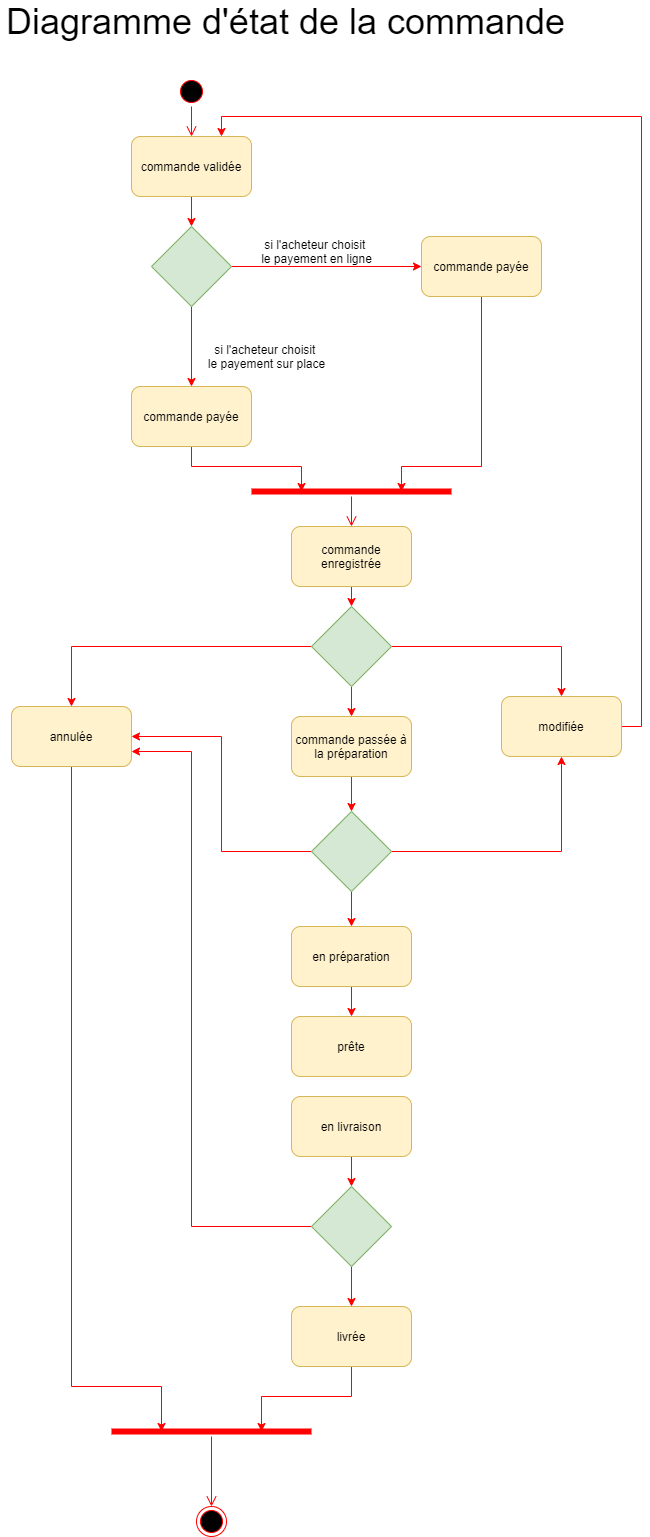
HBaraa/P4_OC-pizza keeps this draw.io diagram as Spécifications fonctionnelles/Diagrammes/diagramme d'état de la commande.png. Above is the earlier version. Source tidied: cells renumbered, new cells last; positions are measured from the earlier drawing's top-left corner, leaving out a move shared by most shapes.
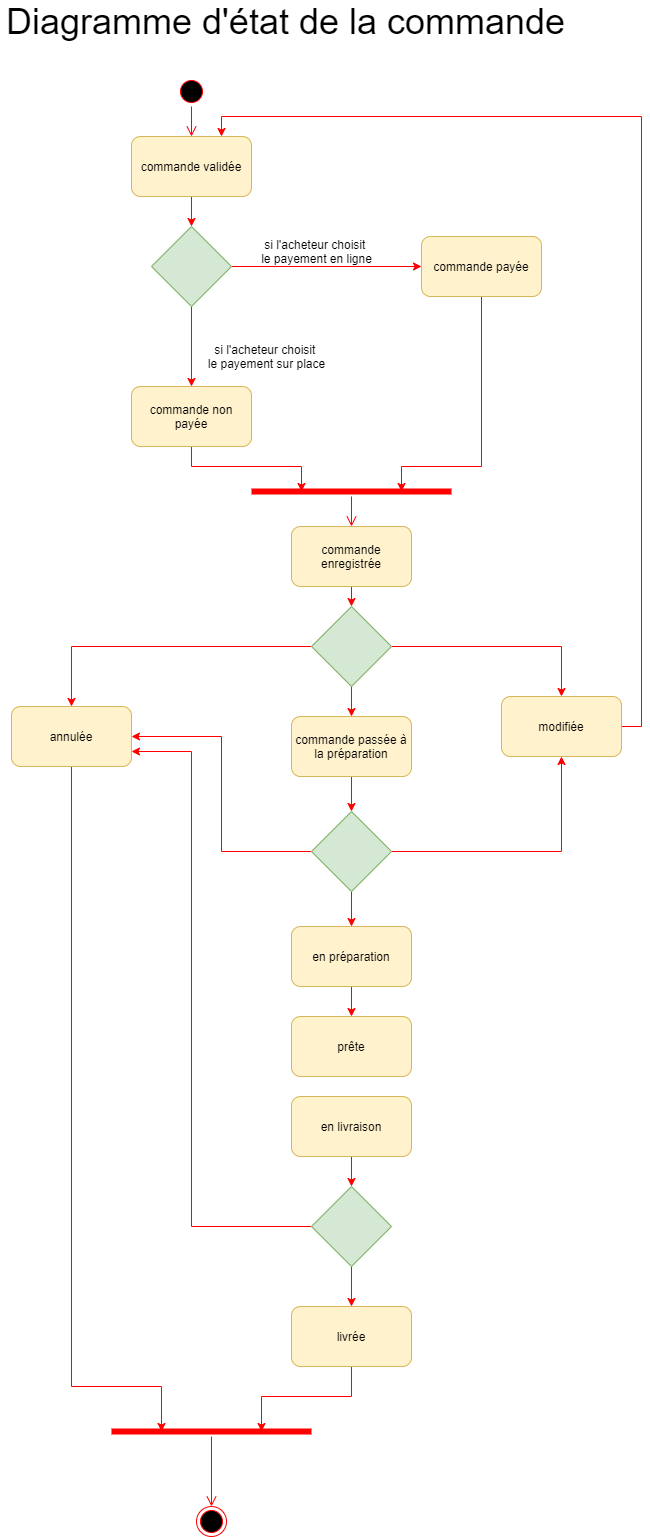
The same file after the commit.

What changed in the source:
```diff
@@ -34,7 +34,7 @@
     <mxCell id="8" style="edgeStyle=orthogonalEdgeStyle;rounded=0;jettySize=auto;html=1;exitX=0.5;exitY=1;exitDx=0;exitDy=0;entryX=0.25;entryY=0.5;entryDx=0;entryDy=0;entryPerimeter=0;strokeColor=#FF0000;" parent="1" edge="1" source="9" target="15">
       <mxGeometry relative="1" as="geometry" />
     </mxCell>
-    <mxCell id="9" value="commande payée" style="rounded=1;whiteSpace=wrap;html=1;fillColor=#fff2cc;strokeColor=#d6b656;" parent="1" vertex="1">
+    <mxCell id="9" value="commande non payée" style="rounded=1;whiteSpace=wrap;html=1;fillColor=#fff2cc;strokeColor=#d6b656;" parent="1" vertex="1">
       <mxGeometry x="131" y="380" width="120" height="60" as="geometry" />
     </mxCell>
     <mxCell id="10" style="edgeStyle=orthogonalEdgeStyle;rounded=0;jettySize=auto;html=1;exitX=1;exitY=0.5;exitDx=0;exitDy=0;strokeColor=#FF0000;" parent="1" edge="1" source="12" target="7">
```
